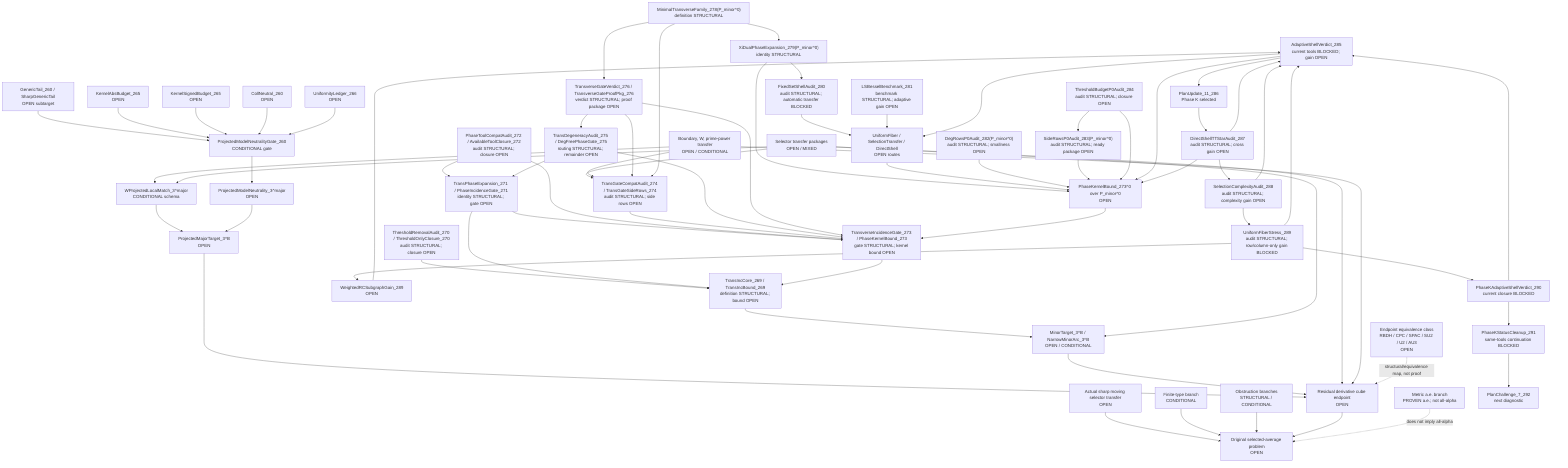
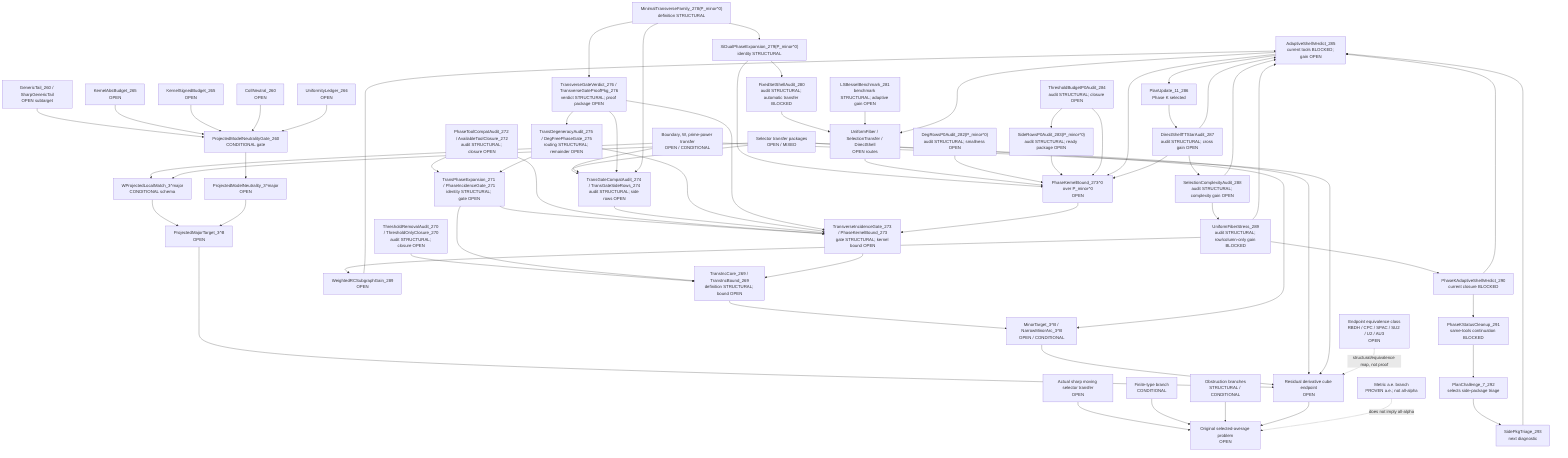
flowchart TD
  Original["Original selected-average problem<br/>OPEN"]
  SharpSel["Actual sharp moving selector transfer<br/>OPEN"]
  FiniteType["Finite-type branch<br/>CONDITIONAL"]
  Metric["Metric a.e. branch<br/>PROVEN a.e.; not all-alpha"]
  Obstruction["Obstruction branches<br/>STRUCTURAL / CONDITIONAL"]

  ResCube["Residual derivative cube endpoint<br/>OPEN"]
  MajorTarget["ProjectedMajorTarget_3^B<br/>OPEN"]
  MinorTarget["MinorTarget_3^B / NarrowMinorArc_3^B<br/>OPEN / CONDITIONAL"]
  TransInc["TransIncCore_269 / TransIncBound_269<br/>definition STRUCTURAL; bound OPEN"]
  ThresholdAudit["ThresholdRemovalAudit_270 / ThresholdOnlyClosure_270<br/>audit STRUCTURAL; closure OPEN"]
  PhaseExpansion["TransPhaseExpansion_271 / PhaseIncidenceGate_271<br/>identity STRUCTURAL; gate OPEN"]
  ToolCompat["PhaseToolCompatAudit_272 / AvailableToolClosure_272<br/>audit STRUCTURAL; closure OPEN"]
  TransGate["TransverseIncidenceGate_273 / PhaseKernelBound_273<br/>gate STRUCTURAL; kernel bound OPEN"]
  TransGateCompat["TransGateCompatAudit_274 / TransGateSideRows_274<br/>audit STRUCTURAL; side rows OPEN"]
  DegAudit["TransDegeneracyAudit_275 / DegFreePhaseGate_275<br/>routing STRUCTURAL; remainder OPEN"]
  TransVerdict["TransverseGateVerdict_276 / TransverseGateProofPkg_276<br/>verdict STRUCTURAL; proof package OPEN"]
  MinTransFamily["MinimalTransverseFamily_278(P_minor^0)<br/>definition STRUCTURAL"]
  XiExpansion["XiDualPhaseExpansion_279(P_minor^0)<br/>identity STRUCTURAL"]
  FixedShellAudit["FixedSetShellAudit_280<br/>audit STRUCTURAL; automatic transfer BLOCKED"]
  FixedShellTransfer["UniformFiber / SelectionTransfer / DirectShell<br/>OPEN routes"]
  LSBesselBench["LSBesselBenchmark_281<br/>benchmark STRUCTURAL; adaptive gain OPEN"]
  DegRowsP0["DegRowsP0Audit_282(P_minor^0)<br/>audit STRUCTURAL; smallness OPEN"]
  SideRowsP0["SideRowsP0Audit_283(P_minor^0)<br/>audit STRUCTURAL; ready package OPEN"]
  ThresholdP0["ThresholdBudgetP0Audit_284<br/>audit STRUCTURAL; closure OPEN"]
  AdaptiveShellP0["AdaptiveShellVerdict_285<br/>current tools BLOCKED; gain OPEN"]
  PlanUpdate11["PlanUpdate_11_286<br/>Phase K selected"]
  DirectTTStar["DirectShellTTStarAudit_287<br/>audit STRUCTURAL; cross gain OPEN"]
  SelectionComplexity["SelectionComplexityAudit_288<br/>audit STRUCTURAL; complexity gain OPEN"]
  UniformFiberStress["UniformFiberStress_289<br/>audit STRUCTURAL; row/column-only gain BLOCKED"]
  WeightedRCSubgraph["WeightedRCSubgraphGain_289<br/>OPEN"]
  AdaptiveVerdict290["PhaseKAdaptiveShellVerdict_290<br/>current closure BLOCKED"]
  PhaseKCleanup291["PhaseKStatusCleanup_291<br/>same-tools continuation BLOCKED"]
-   PlanChallenge7["PlanChallenge_7_292<br/>next diagnostic"]
+   PlanChallenge7["PlanChallenge_7_292<br/>selects side-package triage"]
+   SidePkgTriage293["SidePkgTriage_293<br/>next diagnostic"]
  PhaseKernel0["PhaseKernelBound_273^0 over P_minor^0<br/>OPEN"]
  SelectorTransfer["Selector transfer packages<br/>OPEN / MIXED"]
  BoundaryTransfer["Boundary, W, prime-power transfer<br/>OPEN / CONDITIONAL"]

  WLocal["WProjectedLocalMatch_3^major<br/>CONDITIONAL schema"]
  ModelNeutral["ProjectedModelNeutrality_3^major<br/>OPEN"]
  PMNGate["ProjectedModelNeutralityGate_260<br/>CONDITIONAL gate"]
  GenericTail["GenericTail_260 / SharpGenericTail<br/>OPEN subtarget"]
  KernelAbs["KernelAbsBudget_265<br/>OPEN"]
  KernelSigned["KernelSignedBudget_265<br/>OPEN"]
  CollNeutral["CollNeutral_260<br/>OPEN"]
  Uniformity["UniformityLedger_266<br/>OPEN"]

  EndpointClass["Endpoint equivalence class<br/>RBDH / CPC / SPAC / SU2 / U2 / AU3<br/>OPEN"]

  SharpSel --> Original
  FiniteType --> Original
  Obstruction --> Original
  ResCube --> Original
  Metric -. "does not imply all-alpha" .-> Original

  MajorTarget --> ResCube
  MinorTarget --> ResCube
  TransInc --> MinorTarget
  ThresholdAudit --> TransInc
  PhaseExpansion --> TransInc
  ToolCompat --> PhaseExpansion
  TransGate --> TransInc
  PhaseExpansion --> TransGate
  ToolCompat --> TransGate
  TransGateCompat --> TransGate
  SelectorTransfer --> TransGateCompat
  BoundaryTransfer --> TransGateCompat
  DegAudit --> TransGate
  DegAudit --> PhaseExpansion
  TransVerdict --> TransGate
  TransVerdict --> TransGateCompat
  TransVerdict --> DegAudit
  PhaseKernel0 --> TransGate
  MinTransFamily --> XiExpansion
  XiExpansion --> PhaseKernel0
  XiExpansion --> FixedShellAudit
  FixedShellAudit --> FixedShellTransfer
  FixedShellTransfer --> PhaseKernel0
  LSBesselBench --> FixedShellTransfer
  DegRowsP0 --> PhaseKernel0
  SideRowsP0 --> PhaseKernel0
  ThresholdP0 --> SideRowsP0
  ThresholdP0 --> PhaseKernel0
  AdaptiveShellP0 --> PhaseKernel0
  AdaptiveShellP0 --> FixedShellTransfer
  AdaptiveShellP0 --> PlanUpdate11
  PlanUpdate11 --> DirectTTStar
  DirectTTStar --> AdaptiveShellP0
  DirectTTStar --> PhaseKernel0
  DirectTTStar --> SelectionComplexity
  SelectionComplexity --> UniformFiberStress
  SelectionComplexity --> AdaptiveShellP0
  UniformFiberStress --> WeightedRCSubgraph
  WeightedRCSubgraph --> AdaptiveShellP0
  UniformFiberStress --> AdaptiveVerdict290
  UniformFiberStress --> AdaptiveShellP0
  AdaptiveVerdict290 --> AdaptiveShellP0
  AdaptiveVerdict290 --> PhaseKCleanup291
  PhaseKCleanup291 --> PlanChallenge7
+   PlanChallenge7 --> SidePkgTriage293
+   SidePkgTriage293 --> AdaptiveShellP0
  MinTransFamily --> TransGateCompat
  MinTransFamily --> TransVerdict
  SelectorTransfer --> ResCube
  BoundaryTransfer --> ResCube
  EndpointClass -. "structural/equivalence map, not proof" .-> ResCube

  WLocal --> MajorTarget
  ModelNeutral --> MajorTarget

  PMNGate --> ModelNeutral
  GenericTail --> PMNGate
  KernelAbs --> PMNGate
  KernelSigned --> PMNGate
  CollNeutral --> PMNGate
  Uniformity --> PMNGate

  BoundaryTransfer --> WLocal
  SelectorTransfer --> WLocal
  SelectorTransfer --> MinorTarget
